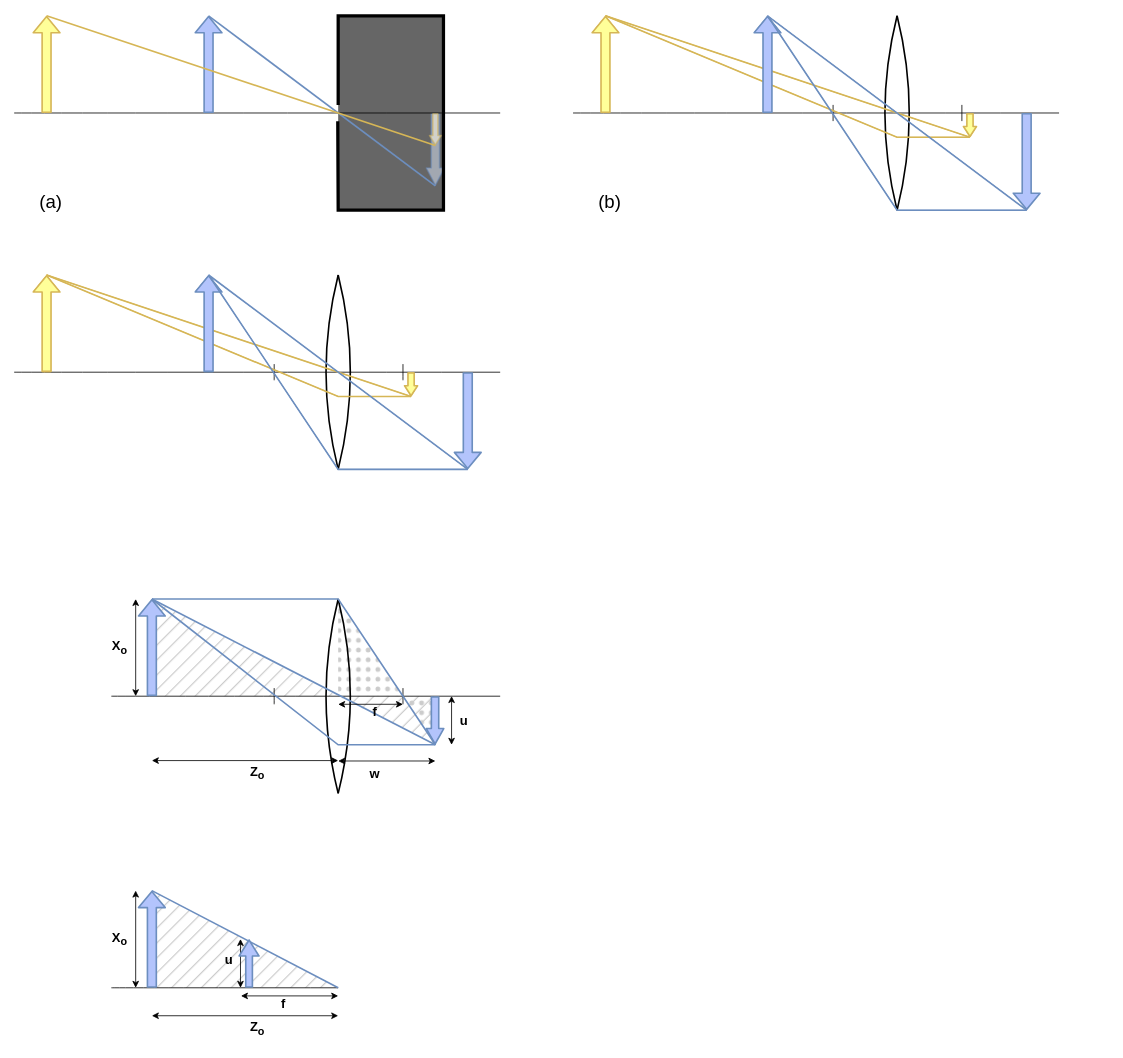
Earlier version of the draw.io diagram Thesis/Chap2/Figures/Chap2_2.drawio (davidpagnon/These_David_Pagnon). Source tidied: cells renumbered, new cells numbered last; positions are measured from the earlier drawing's top-left corner, leaving out a move shared by most shapes. Both pictures are drawn from the tidied source at 81%, with x=0, y=0 at pixel (14, 15).
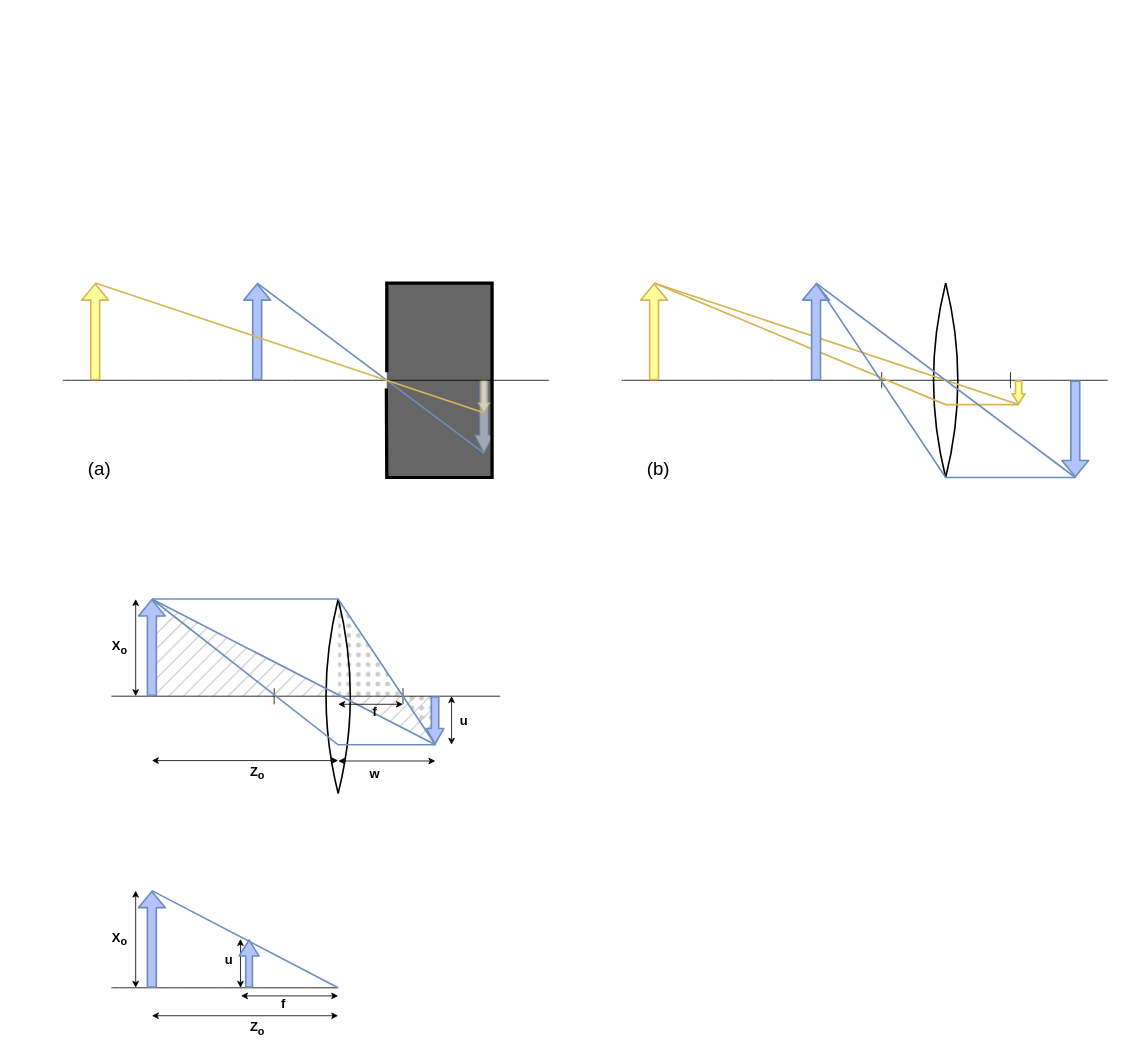
After the change.

Commit message (it also covers changes not shown here):
pinhole début

Change to the diagram source:
```diff
@@
     <mxCell id="6" style="rounded=0;whiteSpace=wrap;html=1;fillColor=#666666;strokeColor=none;" parent="1" vertex="1">
-      <mxGeometry x="400" width="130" height="240" as="geometry" />
+      <mxGeometry x="460" y="330" width="130" height="240" as="geometry" />
     </mxCell>
     <mxCell id="7" style="shape=flexArrow;endArrow=classic;html=1;strokeColor=#6c8ebf;curved=1;fillColor=#DEE9FC;width=9.166666666666668;endSize=6.346153846153846;endWidth=9.775641025641024;fillOpacity=50;strokeOpacity=50;strokeWidth=2;" parent="1" edge="1">
       <mxGeometry relative="1" as="geometry">
-        <mxPoint x="520" y="120" as="sourcePoint" />
-        <mxPoint x="520" y="210" as="targetPoint" />
+        <mxPoint x="580" y="450" as="sourcePoint" />
+        <mxPoint x="580" y="540" as="targetPoint" />
       </mxGeometry>
     </mxCell>
     <mxCell id="8" style="endArrow=none;html=1;strokeColor=#000000;curved=1;" parent="1" edge="1">
       <mxGeometry relative="1" as="geometry">
-        <mxPoint y="120" as="sourcePoint" />
-        <mxPoint x="600" y="120" as="targetPoint" />
+        <mxPoint x="60" y="450" as="sourcePoint" />
+        <mxPoint x="660" y="450" as="targetPoint" />
       </mxGeometry>
     </mxCell>
     <mxCell id="9" style="shape=flexArrow;endArrow=classic;html=1;strokeColor=#d6b656;curved=1;fillColor=#FFFF99;strokeWidth=2;" parent="1" edge="1">
       <mxGeometry relative="1" as="geometry">
-        <mxPoint x="40" y="120" as="sourcePoint" />
-        <mxPoint x="40" as="targetPoint" />
+        <mxPoint x="100" y="450" as="sourcePoint" />
+        <mxPoint x="100" y="330" as="targetPoint" />
       </mxGeometry>
     </mxCell>
     <mxCell id="10" style="shape=flexArrow;endArrow=classic;html=1;strokeColor=#6c8ebf;curved=1;fillColor=#B3C4FC;strokeWidth=2;" parent="1" edge="1">
       <mxGeometry relative="1" as="geometry">
-        <mxPoint x="240" y="120" as="sourcePoint" />
-        <mxPoint x="240" as="targetPoint" />
+        <mxPoint x="300" y="450" as="sourcePoint" />
+        <mxPoint x="300" y="330" as="targetPoint" />
       </mxGeometry>
     </mxCell>
     <mxCell id="11" style="endArrow=none;html=1;rounded=0;strokeWidth=4;entryX=-0.004;entryY=0.542;entryDx=0;entryDy=0;entryPerimeter=0;" parent="1" edge="1" target="6">
       <mxGeometry relative="1" as="geometry">
-        <mxPoint x="400" y="110" as="sourcePoint" />
+        <mxPoint x="460" y="440" as="sourcePoint" />
         <Array as="points">
-          <mxPoint x="400" />
-          <mxPoint x="530" />
-          <mxPoint x="530" y="240" />
-          <mxPoint x="400" y="240" />
+          <mxPoint x="460" y="330" />
+          <mxPoint x="590" y="330" />
+          <mxPoint x="590" y="570" />
+          <mxPoint x="460" y="570" />
         </Array>
       </mxGeometry>
     </mxCell>
     <mxCell id="12" style="endArrow=none;html=1;strokeColor=#6c8ebf;curved=1;fillColor=#dae8fc;shadow=0;sketch=0;strokeWidth=2;" parent="1" edge="1">
       <mxGeometry relative="1" as="geometry">
-        <mxPoint x="520" y="210" as="sourcePoint" />
-        <mxPoint x="240" as="targetPoint" />
+        <mxPoint x="580" y="540" as="sourcePoint" />
+        <mxPoint x="300" y="330" as="targetPoint" />
       </mxGeometry>
     </mxCell>
     <mxCell id="13" style="endArrow=none;html=1;strokeColor=#d6b656;curved=1;fillColor=#fff2cc;shadow=0;sketch=0;strokeWidth=2;" parent="1" edge="1">
       <mxGeometry relative="1" as="geometry">
-        <mxPoint x="520" y="160" as="sourcePoint" />
-        <mxPoint x="40" as="targetPoint" />
+        <mxPoint x="580" y="490" as="sourcePoint" />
+        <mxPoint x="100" y="330" as="targetPoint" />
       </mxGeometry>
     </mxCell>
-    <mxCell id="14" style="endArrow=none;html=1;strokeColor=#000000;curved=1;" parent="1" edge="1">
-      <mxGeometry relative="1" as="geometry">
-        <mxPoint y="440" as="sourcePoint" />
-        <mxPoint x="600" y="440" as="targetPoint" />
-      </mxGeometry>
-    </mxCell>
-    <mxCell id="15" style="shape=flexArrow;endArrow=classic;html=1;strokeColor=#d6b656;curved=1;fillColor=#FFFF99;" parent="1" edge="1">
-      <mxGeometry relative="1" as="geometry">
-        <mxPoint x="40" y="440" as="sourcePoint" />
-        <mxPoint x="40" y="320" as="targetPoint" />
-      </mxGeometry>
-    </mxCell>
-    <mxCell id="16" style="shape=flexArrow;endArrow=classic;html=1;strokeColor=#6c8ebf;curved=1;fillColor=#B3C4FC;" parent="1" edge="1">
-      <mxGeometry relative="1" as="geometry">
-        <mxPoint x="240" y="440" as="sourcePoint" />
-        <mxPoint x="240" y="320" as="targetPoint" />
-      </mxGeometry>
-    </mxCell>
-    <mxCell id="17" style="endArrow=none;html=1;curved=1;strokeWidth=2;" parent="1" edge="1">
-      <mxGeometry relative="1" as="geometry">
-        <mxPoint x="400" y="320" as="sourcePoint" />
-        <mxPoint x="400" y="560" as="targetPoint" />
-        <Array as="points">
-          <mxPoint x="370" y="440" />
-        </Array>
-      </mxGeometry>
-    </mxCell>
-    <mxCell id="18" style="endArrow=none;html=1;curved=1;strokeWidth=2;" parent="1" edge="1">
-      <mxGeometry relative="1" as="geometry">
-        <mxPoint x="400" y="320" as="sourcePoint" />
-        <mxPoint x="400" y="560" as="targetPoint" />
-        <Array as="points">
-          <mxPoint x="430" y="440" />
-        </Array>
-      </mxGeometry>
-    </mxCell>
-    <mxCell id="19" style="endArrow=none;html=1;strokeColor=#6c8ebf;curved=1;fillColor=#dae8fc;shadow=0;sketch=0;" parent="1" edge="1">
-      <mxGeometry relative="1" as="geometry">
-        <mxPoint x="560" y="560" as="sourcePoint" />
-        <mxPoint x="240" y="320" as="targetPoint" />
-      </mxGeometry>
-    </mxCell>
-    <mxCell id="20" style="endArrow=none;html=1;strokeColor=#d6b656;curved=1;fillColor=#fff2cc;shadow=0;sketch=0;" parent="1" edge="1">
-      <mxGeometry relative="1" as="geometry">
-        <mxPoint x="490" y="470" as="sourcePoint" />
-        <mxPoint x="40" y="320" as="targetPoint" />
-      </mxGeometry>
-    </mxCell>
-    <mxCell id="21" style="endArrow=none;html=1;shadow=0;sketch=0;strokeColor=#000000;curved=1;" parent="1" edge="1">
-      <mxGeometry relative="1" as="geometry">
-        <mxPoint x="321" y="450" as="sourcePoint" />
-        <mxPoint x="321" y="430" as="targetPoint" />
-      </mxGeometry>
-    </mxCell>
-    <mxCell id="22" style="endArrow=none;html=1;shadow=0;sketch=0;strokeColor=#000000;curved=1;" parent="1" edge="1">
-      <mxGeometry relative="1" as="geometry">
-        <mxPoint x="480" y="450" as="sourcePoint" />
-        <mxPoint x="480" y="430" as="targetPoint" />
-      </mxGeometry>
-    </mxCell>
-    <mxCell id="23" style="endArrow=none;html=1;strokeColor=#6c8ebf;fillColor=#dae8fc;shadow=0;sketch=0;rounded=0;" parent="1" edge="1">
-      <mxGeometry relative="1" as="geometry">
-        <mxPoint x="560" y="560" as="sourcePoint" />
-        <mxPoint x="240" y="320" as="targetPoint" />
-        <Array as="points">
-          <mxPoint x="400" y="560" />
-        </Array>
-      </mxGeometry>
-    </mxCell>
-    <mxCell id="24" style="endArrow=none;html=1;strokeColor=#d6b656;fillColor=#fff2cc;shadow=0;sketch=0;rounded=0;" parent="1" edge="1">
-      <mxGeometry relative="1" as="geometry">
-        <mxPoint x="490" y="470" as="sourcePoint" />
-        <mxPoint x="40" y="320" as="targetPoint" />
-        <Array as="points">
-          <mxPoint x="400" y="470" />
-        </Array>
-      </mxGeometry>
-    </mxCell>
     <mxCell id="25" style="shape=flexArrow;endArrow=classic;html=1;strokeColor=#d6b656;curved=1;fillColor=#FFFAE3;width=5.027932960893855;endSize=3.046927374301676;endWidth=6.444444444444444;fillOpacity=50;strokeOpacity=50;strokeWidth=2;" parent="1" edge="1">
       <mxGeometry relative="1" as="geometry">
-        <mxPoint x="520" y="120" as="sourcePoint" />
-        <mxPoint x="520" y="160" as="targetPoint" />
+        <mxPoint x="580" y="450" as="sourcePoint" />
+        <mxPoint x="580" y="490" as="targetPoint" />
       </mxGeometry>
     </mxCell>
-    <mxCell id="26" style="shape=flexArrow;endArrow=classic;html=1;strokeColor=#d6b656;curved=1;fillColor=#FFFF99;width=6.666666666666667;endSize=3.4433333333333334;endWidth=6.444444444444444;" parent="1" edge="1">
-      <mxGeometry relative="1" as="geometry">
-        <mxPoint x="490" y="440" as="sourcePoint" />
-        <mxPoint x="490" y="470" as="targetPoint" />
-      </mxGeometry>
-    </mxCell>
-    <mxCell id="27" style="shape=flexArrow;endArrow=classic;html=1;strokeColor=#6c8ebf;curved=1;fillColor=#B3C4FC;strokeWidth=2;" parent="1" edge="1">
-      <mxGeometry relative="1" as="geometry">
-        <mxPoint x="560" y="440" as="sourcePoint" />
-        <mxPoint x="560" y="560" as="targetPoint" />
-      </mxGeometry>
-    </mxCell>
@@
-    <mxCell id="41" style="shape=flexArrow;endArrow=classic;html=1;strokeColor=#d6b656;curved=1;fillColor=#FFFF99;strokeWidth=2;" parent="1" edge="1">
-      <mxGeometry relative="1" as="geometry">
-        <mxPoint x="40" y="440" as="sourcePoint" />
-        <mxPoint x="40" y="320" as="targetPoint" />
-      </mxGeometry>
-    </mxCell>
-    <mxCell id="42" style="endArrow=none;html=1;strokeColor=#d6b656;fillColor=#fff2cc;shadow=0;sketch=0;rounded=0;strokeWidth=2;" parent="1" edge="1">
-      <mxGeometry relative="1" as="geometry">
-        <mxPoint x="490" y="470" as="sourcePoint" />
-        <mxPoint x="40" y="320" as="targetPoint" />
-        <Array as="points">
-          <mxPoint x="400" y="470" />
-        </Array>
-      </mxGeometry>
-    </mxCell>
-    <mxCell id="43" style="endArrow=none;html=1;strokeColor=#d6b656;curved=1;fillColor=#fff2cc;shadow=0;sketch=0;strokeWidth=2;" parent="1" edge="1">
-      <mxGeometry relative="1" as="geometry">
-        <mxPoint x="490" y="470" as="sourcePoint" />
-        <mxPoint x="40" y="320" as="targetPoint" />
-      </mxGeometry>
-    </mxCell>
-    <mxCell id="44" style="shape=flexArrow;endArrow=classic;html=1;strokeColor=#6c8ebf;curved=1;fillColor=#B3C4FC;strokeWidth=2;" parent="1" edge="1">
-      <mxGeometry relative="1" as="geometry">
-        <mxPoint x="240" y="440" as="sourcePoint" />
-        <mxPoint x="240" y="320" as="targetPoint" />
-      </mxGeometry>
-    </mxCell>
-    <mxCell id="45" style="endArrow=none;html=1;strokeColor=#6c8ebf;fillColor=#dae8fc;shadow=0;sketch=0;rounded=0;strokeWidth=2;" parent="1" edge="1">
-      <mxGeometry relative="1" as="geometry">
-        <mxPoint x="560" y="560" as="sourcePoint" />
-        <mxPoint x="240" y="320" as="targetPoint" />
-        <Array as="points">
-          <mxPoint x="400" y="560" />
-        </Array>
-      </mxGeometry>
-    </mxCell>
-    <mxCell id="46" style="endArrow=none;html=1;strokeColor=#6c8ebf;curved=1;fillColor=#dae8fc;shadow=0;sketch=0;strokeWidth=2;" parent="1" edge="1">
-      <mxGeometry relative="1" as="geometry">
-        <mxPoint x="560" y="560" as="sourcePoint" />
-        <mxPoint x="240" y="320" as="targetPoint" />
-      </mxGeometry>
-    </mxCell>
-    <mxCell id="47" style="shape=flexArrow;endArrow=classic;html=1;strokeColor=#d6b656;curved=1;fillColor=#FFFF99;width=6.666666666666667;endSize=3.4433333333333334;endWidth=6.444444444444444;strokeWidth=2;" parent="1" edge="1">
-      <mxGeometry relative="1" as="geometry">
-        <mxPoint x="490" y="440" as="sourcePoint" />
-        <mxPoint x="490" y="470" as="targetPoint" />
-      </mxGeometry>
-    </mxCell>
@@
-    <mxCell id="55" style="verticalLabelPosition=bottom;verticalAlign=top;html=1;shape=mxgraph.basic.orthogonal_triangle;fontSize=16;fillColor=#CCCCCC;fontColor=#333333;strokeColor=none;fillStyle=hatch;strokeWidth=2;" parent="1" vertex="1">
-      <mxGeometry x="170" y="1080" width="230" height="120" as="geometry" />
-    </mxCell>
@@
     <mxCell id="68" style="endArrow=none;html=1;strokeColor=#000000;curved=1;" parent="1" edge="1">
       <mxGeometry relative="1" as="geometry">
-        <mxPoint x="690" y="120" as="sourcePoint" />
-        <mxPoint x="1290" y="120" as="targetPoint" />
+        <mxPoint x="750" y="450" as="sourcePoint" />
+        <mxPoint x="1350" y="450" as="targetPoint" />
       </mxGeometry>
     </mxCell>
     <mxCell id="69" style="shape=flexArrow;endArrow=classic;html=1;strokeColor=#d6b656;curved=1;fillColor=#FFFF99;" parent="1" edge="1">
       <mxGeometry relative="1" as="geometry">
-        <mxPoint x="730" y="120" as="sourcePoint" />
-        <mxPoint x="730" as="targetPoint" />
+        <mxPoint x="790" y="450" as="sourcePoint" />
+        <mxPoint x="790" y="330" as="targetPoint" />
       </mxGeometry>
     </mxCell>
     <mxCell id="70" style="shape=flexArrow;endArrow=classic;html=1;strokeColor=#6c8ebf;curved=1;fillColor=#B3C4FC;" parent="1" edge="1">
       <mxGeometry relative="1" as="geometry">
-        <mxPoint x="930" y="120" as="sourcePoint" />
-        <mxPoint x="930" as="targetPoint" />
+        <mxPoint x="990" y="450" as="sourcePoint" />
+        <mxPoint x="990" y="330" as="targetPoint" />
       </mxGeometry>
     </mxCell>
     <mxCell id="71" style="endArrow=none;html=1;curved=1;strokeWidth=2;" parent="1" edge="1">
       <mxGeometry relative="1" as="geometry">
-        <mxPoint x="1090" as="sourcePoint" />
-        <mxPoint x="1090" y="240" as="targetPoint" />
+        <mxPoint x="1150" y="330" as="sourcePoint" />
+        <mxPoint x="1150" y="570" as="targetPoint" />
         <Array as="points">
-          <mxPoint x="1060" y="120" />
+          <mxPoint x="1120" y="450" />
         </Array>
       </mxGeometry>
     </mxCell>
     <mxCell id="72" style="endArrow=none;html=1;curved=1;strokeWidth=2;" parent="1" edge="1">
       <mxGeometry relative="1" as="geometry">
-        <mxPoint x="1090" as="sourcePoint" />
-        <mxPoint x="1090" y="240" as="targetPoint" />
+        <mxPoint x="1150" y="330" as="sourcePoint" />
+        <mxPoint x="1150" y="570" as="targetPoint" />
         <Array as="points">
-          <mxPoint x="1120" y="120" />
+          <mxPoint x="1180" y="450" />
         </Array>
       </mxGeometry>
     </mxCell>
     <mxCell id="73" style="endArrow=none;html=1;strokeColor=#6c8ebf;curved=1;fillColor=#dae8fc;shadow=0;sketch=0;" parent="1" edge="1">
       <mxGeometry relative="1" as="geometry">
-        <mxPoint x="1250" y="240" as="sourcePoint" />
-        <mxPoint x="930" as="targetPoint" />
+        <mxPoint x="1310" y="570" as="sourcePoint" />
+        <mxPoint x="990" y="330" as="targetPoint" />
       </mxGeometry>
     </mxCell>
     <mxCell id="74" style="endArrow=none;html=1;strokeColor=#d6b656;curved=1;fillColor=#fff2cc;shadow=0;sketch=0;" parent="1" edge="1">
       <mxGeometry relative="1" as="geometry">
-        <mxPoint x="1180" y="150" as="sourcePoint" />
-        <mxPoint x="730" as="targetPoint" />
+        <mxPoint x="1240" y="480" as="sourcePoint" />
+        <mxPoint x="790" y="330" as="targetPoint" />
       </mxGeometry>
     </mxCell>
     <mxCell id="75" style="endArrow=none;html=1;shadow=0;sketch=0;strokeColor=#000000;curved=1;" parent="1" edge="1">
       <mxGeometry relative="1" as="geometry">
-        <mxPoint x="1011" y="130" as="sourcePoint" />
-        <mxPoint x="1011" y="110" as="targetPoint" />
+        <mxPoint x="1071" y="460" as="sourcePoint" />
+        <mxPoint x="1071" y="440" as="targetPoint" />
       </mxGeometry>
     </mxCell>
     <mxCell id="76" style="endArrow=none;html=1;shadow=0;sketch=0;strokeColor=#000000;curved=1;" parent="1" edge="1">
       <mxGeometry relative="1" as="geometry">
-        <mxPoint x="1170" y="130" as="sourcePoint" />
-        <mxPoint x="1170" y="110" as="targetPoint" />
+        <mxPoint x="1230" y="460" as="sourcePoint" />
+        <mxPoint x="1230" y="440" as="targetPoint" />
       </mxGeometry>
     </mxCell>
     <mxCell id="77" style="endArrow=none;html=1;strokeColor=#6c8ebf;fillColor=#dae8fc;shadow=0;sketch=0;rounded=0;" parent="1" edge="1">
       <mxGeometry relative="1" as="geometry">
-        <mxPoint x="1250" y="240" as="sourcePoint" />
-        <mxPoint x="930" as="targetPoint" />
+        <mxPoint x="1310" y="570" as="sourcePoint" />
+        <mxPoint x="990" y="330" as="targetPoint" />
         <Array as="points">
-          <mxPoint x="1090" y="240" />
+          <mxPoint x="1150" y="570" />
         </Array>
       </mxGeometry>
     </mxCell>
     <mxCell id="78" style="endArrow=none;html=1;strokeColor=#d6b656;fillColor=#fff2cc;shadow=0;sketch=0;rounded=0;" parent="1" edge="1">
       <mxGeometry relative="1" as="geometry">
-        <mxPoint x="1180" y="150" as="sourcePoint" />
-        <mxPoint x="730" as="targetPoint" />
+        <mxPoint x="1240" y="480" as="sourcePoint" />
+        <mxPoint x="790" y="330" as="targetPoint" />
         <Array as="points">
-          <mxPoint x="1090" y="150" />
+          <mxPoint x="1150" y="480" />
         </Array>
       </mxGeometry>
     </mxCell>
     <mxCell id="79" style="shape=flexArrow;endArrow=classic;html=1;strokeColor=#d6b656;curved=1;fillColor=#FFFF99;width=6.666666666666667;endSize=3.4433333333333334;endWidth=6.444444444444444;" parent="1" edge="1">
       <mxGeometry relative="1" as="geometry">
-        <mxPoint x="1180" y="120" as="sourcePoint" />
-        <mxPoint x="1180" y="150" as="targetPoint" />
+        <mxPoint x="1240" y="450" as="sourcePoint" />
+        <mxPoint x="1240" y="480" as="targetPoint" />
       </mxGeometry>
     </mxCell>
     <mxCell id="80" style="shape=flexArrow;endArrow=classic;html=1;strokeColor=#6c8ebf;curved=1;fillColor=#B3C4FC;strokeWidth=2;" parent="1" edge="1">
       <mxGeometry relative="1" as="geometry">
-        <mxPoint x="1250" y="120" as="sourcePoint" />
-        <mxPoint x="1250" y="240" as="targetPoint" />
+        <mxPoint x="1310" y="450" as="sourcePoint" />
+        <mxPoint x="1310" y="570" as="targetPoint" />
       </mxGeometry>
     </mxCell>
     <mxCell id="81" style="shape=flexArrow;endArrow=classic;html=1;strokeColor=#d6b656;curved=1;fillColor=#FFFF99;strokeWidth=2;" parent="1" edge="1">
       <mxGeometry relative="1" as="geometry">
-        <mxPoint x="730" y="120" as="sourcePoint" />
-        <mxPoint x="730" as="targetPoint" />
+        <mxPoint x="790" y="450" as="sourcePoint" />
+        <mxPoint x="790" y="330" as="targetPoint" />
       </mxGeometry>
     </mxCell>
     <mxCell id="82" style="endArrow=none;html=1;strokeColor=#d6b656;fillColor=#fff2cc;shadow=0;sketch=0;rounded=0;strokeWidth=2;" parent="1" edge="1">
       <mxGeometry relative="1" as="geometry">
-        <mxPoint x="1180" y="150" as="sourcePoint" />
-        <mxPoint x="730" as="targetPoint" />
+        <mxPoint x="1240" y="480" as="sourcePoint" />
+        <mxPoint x="790" y="330" as="targetPoint" />
         <Array as="points">
-          <mxPoint x="1090" y="150" />
+          <mxPoint x="1150" y="480" />
         </Array>
       </mxGeometry>
     </mxCell>
     <mxCell id="83" style="endArrow=none;html=1;strokeColor=#d6b656;curved=1;fillColor=#fff2cc;shadow=0;sketch=0;strokeWidth=2;" parent="1" edge="1">
       <mxGeometry relative="1" as="geometry">
-        <mxPoint x="1180" y="150" as="sourcePoint" />
-        <mxPoint x="730" as="targetPoint" />
+        <mxPoint x="1240" y="480" as="sourcePoint" />
+        <mxPoint x="790" y="330" as="targetPoint" />
       </mxGeometry>
     </mxCell>
     <mxCell id="84" style="shape=flexArrow;endArrow=classic;html=1;strokeColor=#6c8ebf;curved=1;fillColor=#B3C4FC;strokeWidth=2;" parent="1" edge="1">
       <mxGeometry relative="1" as="geometry">
-        <mxPoint x="930" y="120" as="sourcePoint" />
-        <mxPoint x="930" as="targetPoint" />
+        <mxPoint x="990" y="450" as="sourcePoint" />
+        <mxPoint x="990" y="330" as="targetPoint" />
       </mxGeometry>
     </mxCell>
     <mxCell id="85" style="endArrow=none;html=1;strokeColor=#6c8ebf;fillColor=#dae8fc;shadow=0;sketch=0;rounded=0;strokeWidth=2;" parent="1" edge="1">
       <mxGeometry relative="1" as="geometry">
-        <mxPoint x="1250" y="240" as="sourcePoint" />
-        <mxPoint x="930" as="targetPoint" />
+        <mxPoint x="1310" y="570" as="sourcePoint" />
+        <mxPoint x="990" y="330" as="targetPoint" />
         <Array as="points">
-          <mxPoint x="1090" y="240" />
+          <mxPoint x="1150" y="570" />
         </Array>
       </mxGeometry>
     </mxCell>
     <mxCell id="86" style="endArrow=none;html=1;strokeColor=#6c8ebf;curved=1;fillColor=#dae8fc;shadow=0;sketch=0;strokeWidth=2;" parent="1" edge="1">
       <mxGeometry relative="1" as="geometry">
-        <mxPoint x="1250" y="240" as="sourcePoint" />
-        <mxPoint x="930" as="targetPoint" />
+        <mxPoint x="1310" y="570" as="sourcePoint" />
+        <mxPoint x="990" y="330" as="targetPoint" />
       </mxGeometry>
     </mxCell>
     <mxCell id="87" style="shape=flexArrow;endArrow=classic;html=1;strokeColor=#d6b656;curved=1;fillColor=#FFFF99;width=6.666666666666667;endSize=3.4433333333333334;endWidth=6.444444444444444;strokeWidth=2;" parent="1" edge="1">
       <mxGeometry relative="1" as="geometry">
-        <mxPoint x="1180" y="120" as="sourcePoint" />
-        <mxPoint x="1180" y="150" as="targetPoint" />
+        <mxPoint x="1240" y="450" as="sourcePoint" />
+        <mxPoint x="1240" y="480" as="targetPoint" />
       </mxGeometry>
     </mxCell>
     <mxCell id="88" value="(a)" style="text;html=1;align=center;verticalAlign=middle;strokeColor=none;fillColor=none;fontSize=23;" parent="1" vertex="1">
-      <mxGeometry x="20" y="210" width="50" height="40" as="geometry" />
+      <mxGeometry x="80" y="540" width="50" height="40" as="geometry" />
     </mxCell>
     <mxCell id="89" value="(b)" style="text;html=1;align=center;verticalAlign=middle;strokeColor=none;fillColor=none;fontSize=23;" parent="1" vertex="1">
-      <mxGeometry x="710" y="210" width="50" height="40" as="geometry" />
+      <mxGeometry x="770" y="540" width="50" height="40" as="geometry" />
     </mxCell>
```
